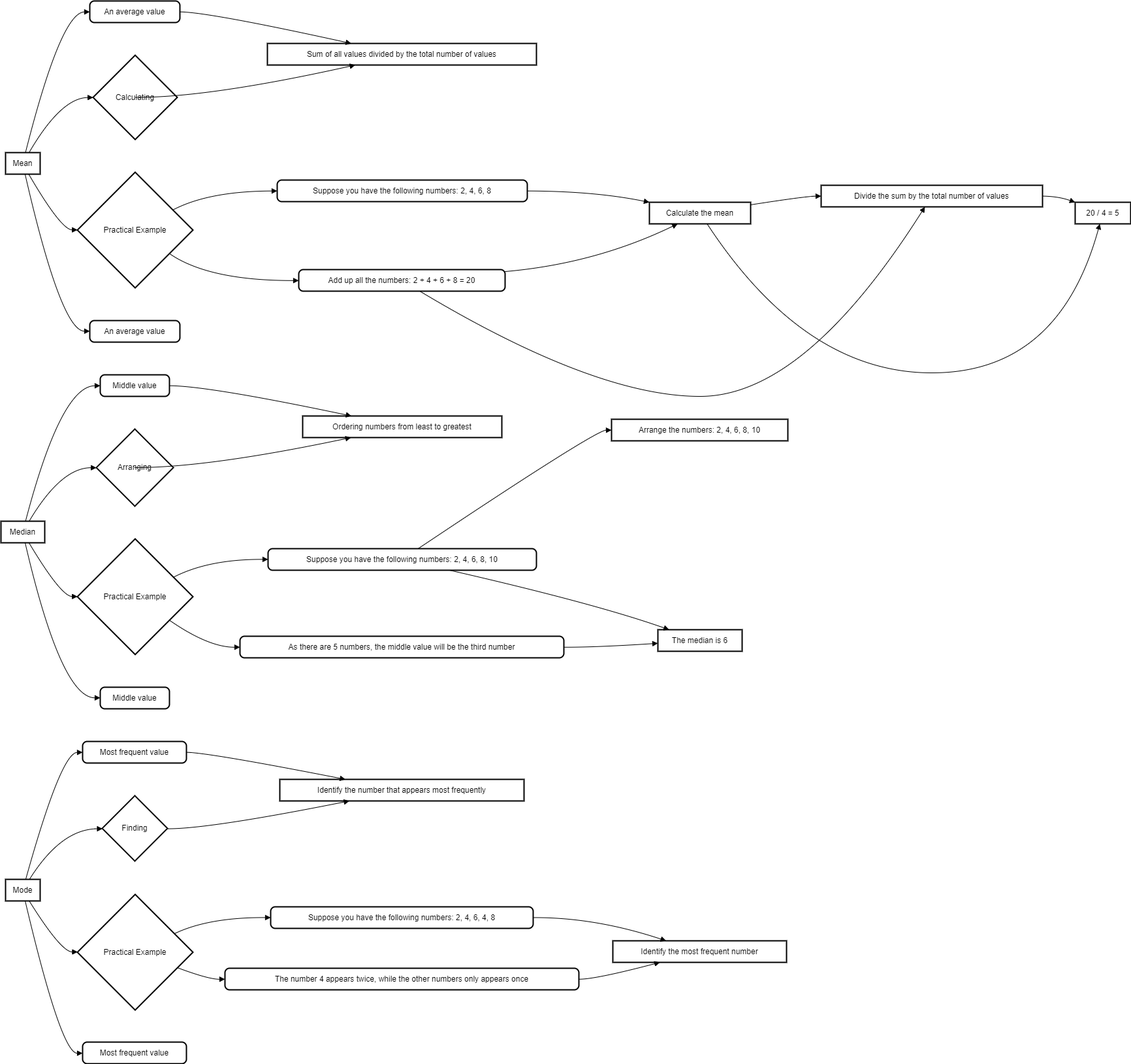
Earlier version of the draw.io export Imputation .drawio.png (Ansumanbhujabal/Blog). Source tidied: cells renumbered, new cells last; positions are measured from the earlier drawing's top-left corner, leaving out a move shared by most shapes.
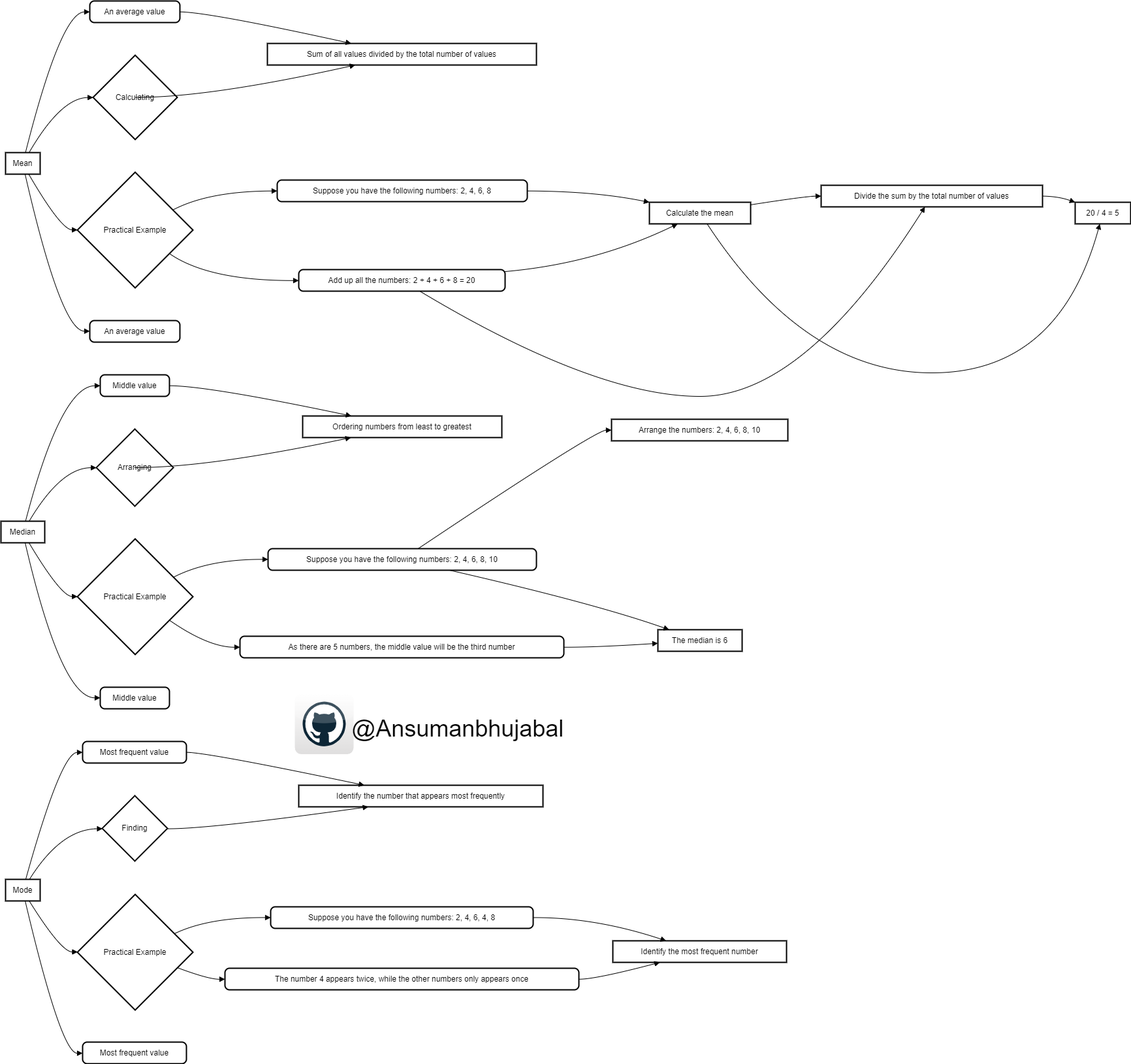
The same diagram one commit later.

Diff of the diagram source:
```diff
@@ -75,7 +75,7 @@
       <mxGeometry x="155" y="1216" width="100" height="100" as="geometry" />
     </mxCell>
     <mxCell id="26" value="Identify the number that appears most frequently" style="whiteSpace=wrap;strokeWidth=2;" parent="1" vertex="1">
-      <mxGeometry x="427" y="1191" width="374" height="33" as="geometry" />
+      <mxGeometry x="456" y="1200" width="374" height="33" as="geometry" />
     </mxCell>
     <mxCell id="27" value="Practical Example" style="rhombus;strokeWidth=2;whiteSpace=wrap;" parent="1" vertex="1">
       <mxGeometry x="117" y="1367" width="177" height="177" as="geometry" />
@@ -339,5 +339,11 @@
         </Array>
       </mxGeometry>
     </mxCell>
+    <mxCell id="67" style="dashed=0;html=1;align=center;labelPosition=center;verticalLabelPosition=bottom;verticalAlign=top;shape=mxgraph.webicons.github;gradientColor=#DFDEDE;" parent="1" vertex="1">
+      <mxGeometry x="450" y="1060" width="90" height="92.4" as="geometry" />
+    </mxCell>
+    <mxCell id="68" value="&lt;font style=&quot;font-size: 36px;&quot;&gt;@Ansumanbhujabal&lt;/font&gt;" style="text;strokeColor=none;align=center;fillColor=none;html=1;verticalAlign=middle;whiteSpace=wrap;rounded=0;" parent="1" vertex="1">
+      <mxGeometry x="530" y="1083" width="340" height="60" as="geometry" />
+    </mxCell>
   </root>
 </mxGraphModel>
```
